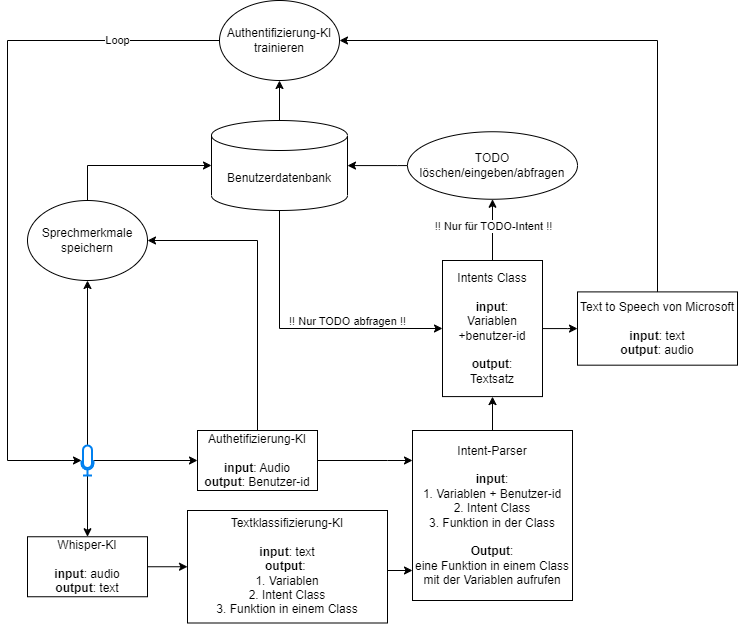
anastasia98s/PS2 keeps this draw.io diagram as docs/docs_image/komplexes_diagramm.drawio.png. Above is the earlier version. Source tidied: cells renumbered, new cells last; positions are measured from the earlier drawing's top-left corner, leaving out a move shared by most shapes.
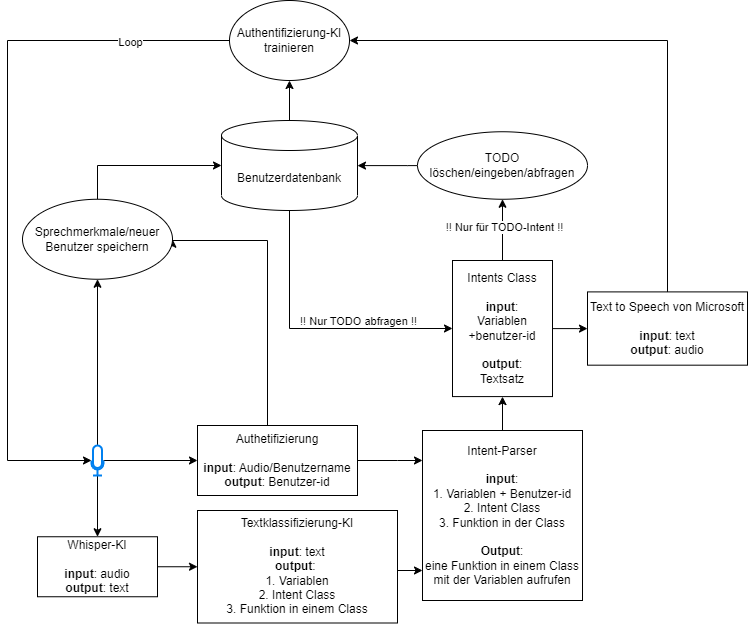
Later version of the same file.

What changed in the source:
```diff
@@ -46,8 +46,8 @@
         </Array>
       </mxGeometry>
     </mxCell>
-    <mxCell id="12" value="Authetifizierung-KI&lt;br&gt;&lt;br&gt;&lt;b&gt;input&lt;/b&gt;: Audio&lt;br&gt;&lt;b&gt;output&lt;/b&gt;: Benutzer-id" style="rounded=0;whiteSpace=wrap;html=1;" parent="1" vertex="1">
-      <mxGeometry x="190" y="430" width="120" height="60" as="geometry" />
+    <mxCell id="12" value="Authetifizierung&lt;br&gt;&lt;br&gt;&lt;b&gt;input&lt;/b&gt;: Audio/Benutzername&lt;br&gt;&lt;b&gt;output&lt;/b&gt;: Benutzer-id" style="rounded=0;whiteSpace=wrap;html=1;" parent="1" vertex="1">
+      <mxGeometry x="180" y="425" width="160" height="70" as="geometry" />
     </mxCell>
     <mxCell id="13" style="edgeStyle=orthogonalEdgeStyle;rounded=0;jettySize=auto;html=1;" parent="1" edge="1" source="16" target="20">
       <mxGeometry relative="1" as="geometry">
@@ -80,8 +80,8 @@
     <mxCell id="19" style="edgeStyle=orthogonalEdgeStyle;rounded=0;jettySize=auto;html=1;" parent="1" edge="1" source="31" target="5">
       <mxGeometry relative="1" as="geometry">
         <Array as="points">
-          <mxPoint y="40" />
-          <mxPoint y="460" />
+          <mxPoint x="-10" y="40" />
+          <mxPoint x="-10" y="460" />
         </Array>
       </mxGeometry>
     </mxCell>
@@ -113,8 +113,8 @@
         </Array>
       </mxGeometry>
     </mxCell>
-    <mxCell id="26" value="Sprechmerkmale speichern" style="ellipse;whiteSpace=wrap;html=1;" parent="1" vertex="1">
-      <mxGeometry x="20" y="200" width="120" height="80" as="geometry" />
+    <mxCell id="26" value="Sprechmerkmale/neuer Benutzer speichern" style="ellipse;whiteSpace=wrap;html=1;" parent="1" vertex="1">
+      <mxGeometry x="5" y="198.8" width="150" height="80" as="geometry" />
     </mxCell>
     <mxCell id="27" style="edgeStyle=orthogonalEdgeStyle;rounded=0;jettySize=auto;html=1;" parent="1" edge="1" source="28" target="24">
       <mxGeometry relative="1" as="geometry">
```
